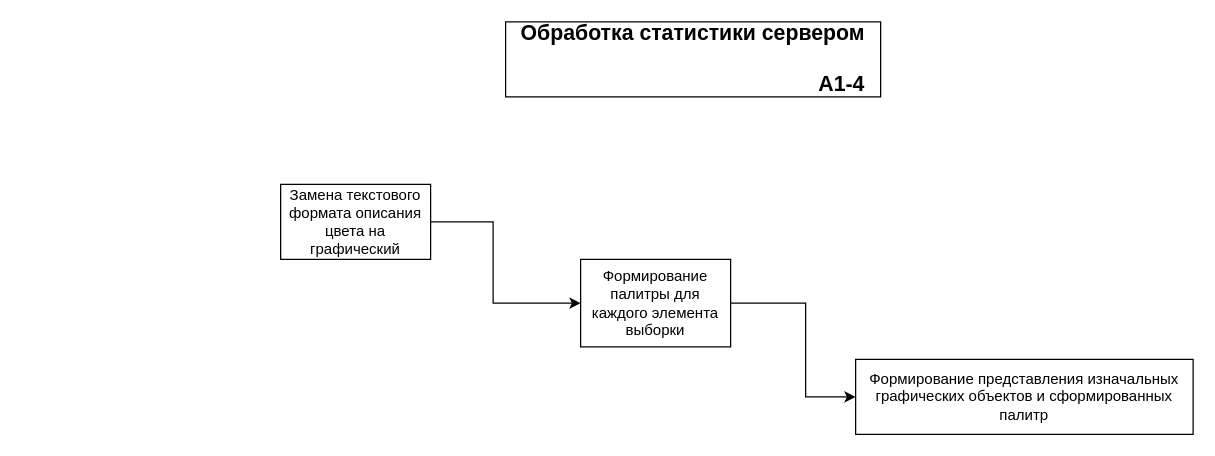
Before: page "А1-4" (6 of 6) of Диаграмма без названия.drawio in DashaTkach/Project, a draw.io diagram. Source tidied: cells renumbered, new cells numbered last; positions are measured from the earlier drawing's top-left corner, leaving out a move shared by most shapes. Both pictures are drawn from the tidied source at 125%, with x=0, y=0 at pixel (280, 21).
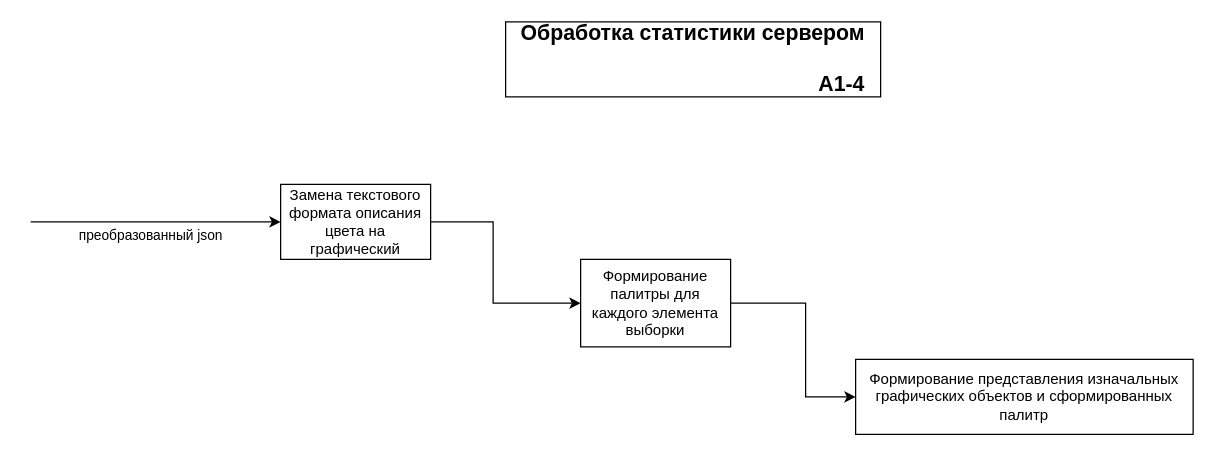
The same page after the edit.

The edit, as a diff of the source:
```diff
@@
 <mxGraphModel>
   <root>
     <mxCell id="0" />
     <mxCell id="1" parent="0" />
     <mxCell id="2" value="Обработка статистики сервером&lt;br style=&quot;font-size: 17px;&quot;&gt;&lt;br style=&quot;font-size: 17px;&quot;&gt;&lt;div style=&quot;text-align: right; font-size: 17px;&quot;&gt;А1-4&lt;/div&gt;" style="rounded=0;whiteSpace=wrap;html=1;fontSize=17;fontStyle=1;" parent="1" vertex="1">
       <mxGeometry x="180" width="300" height="60" as="geometry" />
     </mxCell>
     <mxCell id="3" value="Замена текстового формата описания цвета на графический" style="rounded=0;whiteSpace=wrap;html=1;" parent="1" vertex="1">
       <mxGeometry y="130" width="120" height="60" as="geometry" />
     </mxCell>
     <mxCell id="4" value="Формирование палитры для каждого элемента выборки" style="rounded=0;whiteSpace=wrap;html=1;" parent="1" vertex="1">
       <mxGeometry x="240" y="190" width="120" height="70" as="geometry" />
     </mxCell>
     <mxCell id="5" value="Формирование представления изначальных графических объектов и сформированных палитр" style="rounded=0;whiteSpace=wrap;html=1;" parent="1" vertex="1">
       <mxGeometry x="460" y="270" width="270" height="60" as="geometry" />
     </mxCell>
     <mxCell id="6" style="endArrow=classic;html=1;rounded=0;exitX=1;exitY=0.5;exitDx=0;exitDy=0;entryX=0;entryY=0.5;entryDx=0;entryDy=0;" parent="1" edge="1" source="3" target="4">
       <mxGeometry relative="1" as="geometry">
         <Array as="points">
           <mxPoint x="170" y="160" />
           <mxPoint x="170" y="225" />
         </Array>
       </mxGeometry>
     </mxCell>
     <mxCell id="7" style="endArrow=classic;html=1;rounded=0;entryX=0;entryY=0.5;entryDx=0;entryDy=0;exitX=1;exitY=0.5;exitDx=0;exitDy=0;" parent="1" edge="1" source="4" target="5">
       <mxGeometry relative="1" as="geometry">
         <Array as="points">
           <mxPoint x="420" y="225" />
           <mxPoint x="420" y="300" />
         </Array>
       </mxGeometry>
     </mxCell>
+    <mxCell id="8" style="endArrow=classic;html=1;rounded=0;entryX=0;entryY=0.5;entryDx=0;entryDy=0;" parent="1" edge="1" target="3">
+      <mxGeometry relative="1" as="geometry">
+        <mxPoint x="-200" y="160" as="sourcePoint" />
+      </mxGeometry>
+    </mxCell>
+    <mxCell id="9" value="преобразованный json" style="edgeLabel;html=1;align=center;verticalAlign=middle;" parent="8" vertex="1">
+      <mxGeometry x="-0.39" y="-1" relative="1" as="geometry">
+        <mxPoint x="34" y="9" as="offset" />
+      </mxGeometry>
+    </mxCell>
   </root>
 </mxGraphModel>
```
